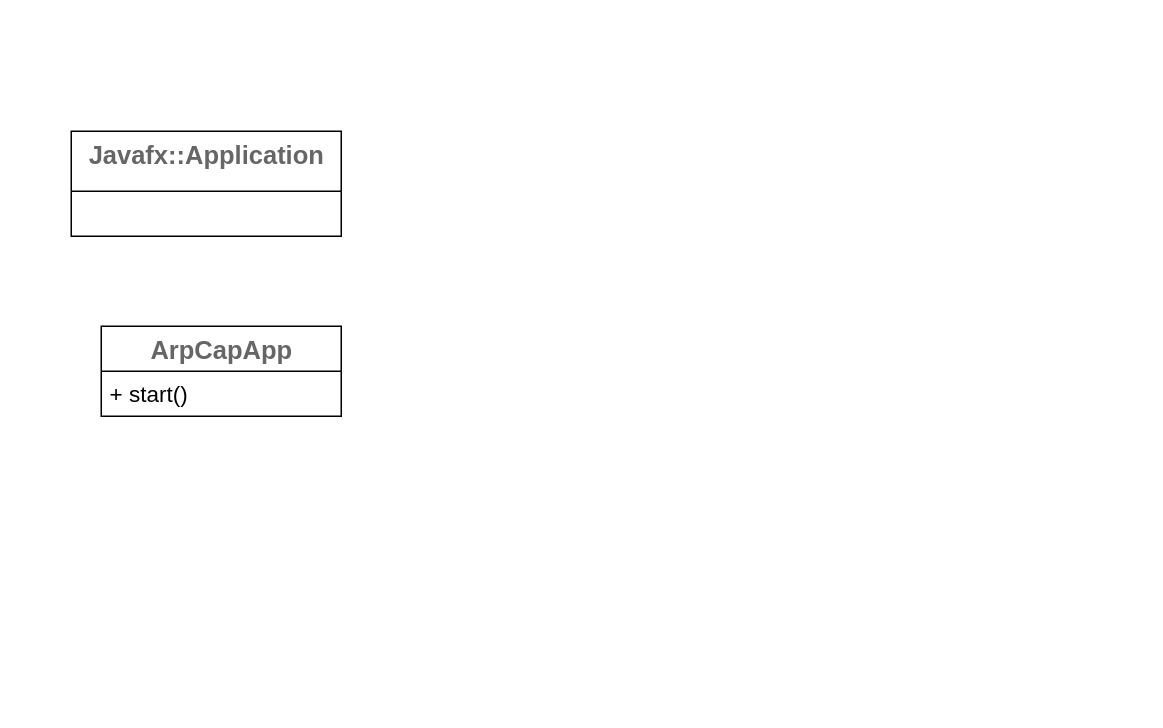
This is CS/ComputerNetwork/ArpCapture.drawio from umiskky/Diagrams, a draw.io file, before an edit. Source tidied: cells renumbered, new cells numbered last; positions are measured from the earlier drawing's top-left corner, leaving out a move shared by most shapes. Both pictures are drawn from the tidied source at 150%, with x=0, y=0 at pixel (70, 130).
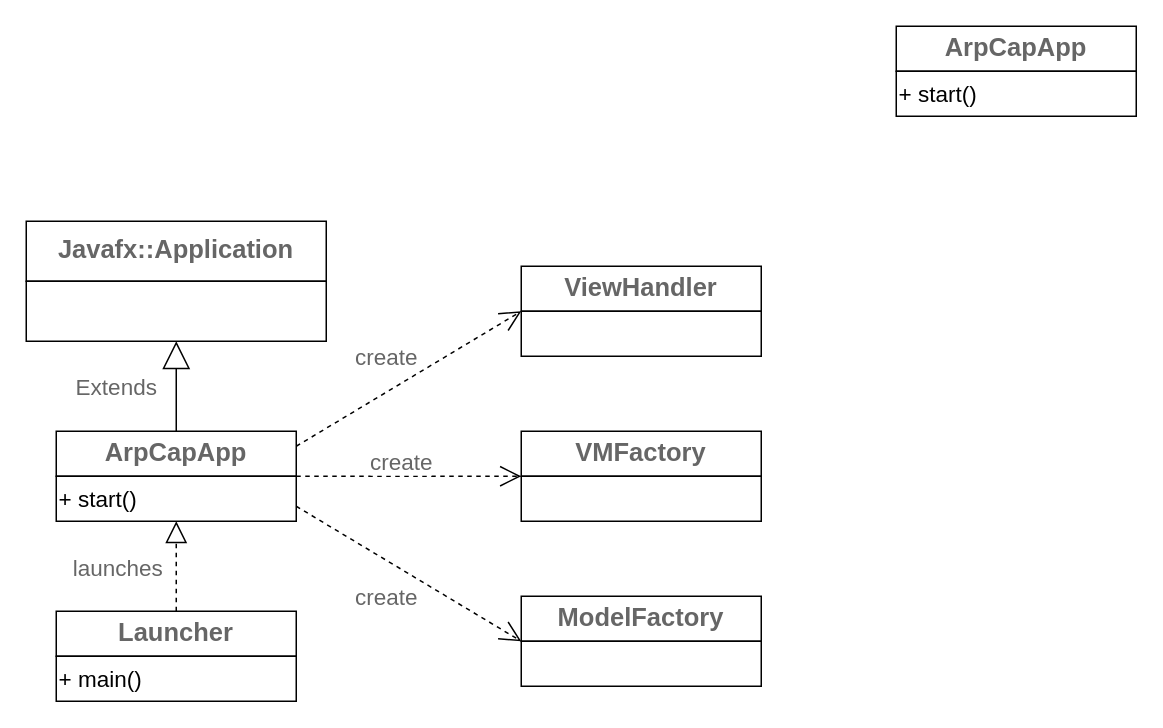
After the change.

Diff of the diagram source:
```diff
@@
+    <mxCell id="5" style="group;" parent="1" vertex="1">
+      <mxGeometry x="-30" y="60" width="200" height="80" as="geometry" />
+    </mxCell>
-    <mxCell id="2" value="Javafx::Application" style="swimlane;fontStyle=1;align=center;verticalAlign=top;horizontal=1;startSize=40;shadow=0;dashed=0;fontSize=17;fontColor=#666666;strokeColor=#000000;strokeWidth=1;fillColor=inherit;gradientColor=inherit;html=1;" parent="1" vertex="1">
-      <mxGeometry width="180" height="70" as="geometry" />
+    <mxCell id="2" value="&lt;span style=&quot;font-size: 17px ; font-weight: 700&quot;&gt;Javafx::Application&lt;/span&gt;" style="rounded=0;whiteSpace=wrap;html=1;shadow=0;dashed=0;fontSize=15;fontColor=#666666;strokeColor=#000000;strokeWidth=1;fillColor=inherit;gradientColor=inherit;" parent="5" vertex="1">
+      <mxGeometry width="200" height="40" as="geometry" />
     </mxCell>
-    <mxCell id="3" value="ArpCapApp" style="swimlane;fontStyle=1;align=center;verticalAlign=top;horizontal=1;startSize=30;shadow=0;dashed=0;fontSize=17;fontColor=#666666;strokeColor=#000000;strokeWidth=1;fillColor=inherit;gradientColor=inherit;html=1;" parent="1" vertex="1">
-      <mxGeometry x="20" y="130" width="160" height="60" as="geometry" />
-    </mxCell>
-    <mxCell id="4" value="+ start()" style="text;strokeColor=none;fillColor=none;align=left;verticalAlign=top;spacingLeft=4;spacingRight=4;overflow=hidden;fontSize=15;" parent="3" vertex="1">
-      <mxGeometry y="30" width="160" height="30" as="geometry" />
-    </mxCell>
+    <mxCell id="6" style="rounded=0;whiteSpace=wrap;html=1;shadow=0;dashed=0;fontSize=15;fontColor=#666666;strokeColor=#000000;strokeWidth=1;fillColor=inherit;gradientColor=inherit;" parent="5" vertex="1">
+      <mxGeometry y="40" width="200" height="40" as="geometry" />
+    </mxCell>
+    <mxCell id="7" style="group;" parent="1" vertex="1">
+      <mxGeometry x="-10" y="200" width="160" height="60" as="geometry" />
+    </mxCell>
+    <mxCell id="8" value="&lt;span style=&quot;font-size: 17px ; font-weight: 700&quot;&gt;ArpCapApp&lt;/span&gt;" style="rounded=0;whiteSpace=wrap;html=1;shadow=0;dashed=0;fontSize=15;fontColor=#666666;strokeColor=#000000;strokeWidth=1;fillColor=inherit;gradientColor=inherit;" parent="7" vertex="1">
+      <mxGeometry width="160" height="30" as="geometry" />
+    </mxCell>
+    <mxCell id="9" value="&lt;span style=&quot;color: rgb(0 , 0 , 0)&quot;&gt;+ start()&lt;/span&gt;" style="rounded=0;whiteSpace=wrap;html=1;shadow=0;dashed=0;fontSize=15;fontColor=#666666;strokeColor=#000000;strokeWidth=1;fillColor=inherit;gradientColor=inherit;align=left;" parent="7" vertex="1">
+      <mxGeometry y="30" width="160" height="30" as="geometry" />
+    </mxCell>
+    <mxCell id="10" value="Extends" style="endArrow=block;endSize=16;endFill=0;html=1;fontSize=15;fontColor=#666666;entryX=0.5;entryY=1;entryDx=0;entryDy=0;" parent="7" edge="1" target="6">
+      <mxGeometry y="40" relative="1" as="geometry">
+        <mxPoint x="80" as="sourcePoint" />
+      </mxGeometry>
+    </mxCell>
+    <mxCell id="11" style="group;" parent="1" vertex="1">
+      <mxGeometry x="-10" y="320" width="160" height="60" as="geometry" />
+    </mxCell>
+    <mxCell id="12" value="&lt;span style=&quot;font-size: 17px ; font-weight: 700&quot;&gt;Launcher&lt;/span&gt;" style="rounded=0;whiteSpace=wrap;html=1;shadow=0;dashed=0;fontSize=15;fontColor=#666666;strokeColor=#000000;strokeWidth=1;fillColor=inherit;gradientColor=inherit;" parent="11" vertex="1">
+      <mxGeometry width="160" height="30" as="geometry" />
+    </mxCell>
+    <mxCell id="13" value="&lt;span style=&quot;color: rgb(0 , 0 , 0)&quot;&gt;+ main()&lt;/span&gt;" style="rounded=0;whiteSpace=wrap;html=1;shadow=0;dashed=0;fontSize=15;fontColor=#666666;strokeColor=#000000;strokeWidth=1;fillColor=inherit;gradientColor=inherit;align=left;" parent="11" vertex="1">
+      <mxGeometry y="30" width="160" height="30" as="geometry" />
+    </mxCell>
+    <mxCell id="14" style="endArrow=block;dashed=1;endFill=0;endSize=12;html=1;fontSize=15;fontColor=#666666;entryX=0.5;entryY=1;entryDx=0;entryDy=0;" parent="11" edge="1" target="9">
+      <mxGeometry relative="1" as="geometry">
+        <mxPoint x="80" as="sourcePoint" />
+      </mxGeometry>
+    </mxCell>
+    <mxCell id="15" value="launches" style="edgeLabel;html=1;align=center;verticalAlign=middle;fontSize=15;fontColor=#666666;" parent="14" vertex="1">
+      <mxGeometry x="-0.41" y="-2" relative="1" as="geometry">
+        <mxPoint x="-42" y="-12" as="offset" />
+      </mxGeometry>
+    </mxCell>
+    <mxCell id="16" style="group;" parent="1" vertex="1">
+      <mxGeometry x="300" y="90" width="160" height="60" as="geometry" />
+    </mxCell>
+    <mxCell id="17" value="&lt;span style=&quot;font-size: 17px ; font-weight: 700&quot;&gt;ViewHandler&lt;/span&gt;" style="rounded=0;whiteSpace=wrap;html=1;shadow=0;dashed=0;fontSize=15;fontColor=#666666;strokeColor=#000000;strokeWidth=1;fillColor=inherit;gradientColor=inherit;" parent="16" vertex="1">
+      <mxGeometry width="160" height="30" as="geometry" />
+    </mxCell>
+    <mxCell id="18" style="rounded=0;whiteSpace=wrap;html=1;shadow=0;dashed=0;fontSize=15;fontColor=#666666;strokeColor=#000000;strokeWidth=1;fillColor=inherit;gradientColor=inherit;align=left;" parent="16" vertex="1">
+      <mxGeometry y="30" width="160" height="30" as="geometry" />
+    </mxCell>
+    <mxCell id="19" style="group;" parent="1" vertex="1">
+      <mxGeometry x="550" y="-70" width="160" height="60" as="geometry" />
+    </mxCell>
+    <mxCell id="20" value="&lt;span style=&quot;font-size: 17px ; font-weight: 700&quot;&gt;ArpCapApp&lt;/span&gt;" style="rounded=0;whiteSpace=wrap;html=1;shadow=0;dashed=0;fontSize=15;fontColor=#666666;strokeColor=#000000;strokeWidth=1;fillColor=inherit;gradientColor=inherit;" parent="19" vertex="1">
+      <mxGeometry width="160" height="30" as="geometry" />
+    </mxCell>
+    <mxCell id="21" value="&lt;span style=&quot;color: rgb(0 , 0 , 0)&quot;&gt;+ start()&lt;/span&gt;" style="rounded=0;whiteSpace=wrap;html=1;shadow=0;dashed=0;fontSize=15;fontColor=#666666;strokeColor=#000000;strokeWidth=1;fillColor=inherit;gradientColor=inherit;align=left;" parent="19" vertex="1">
+      <mxGeometry y="30" width="160" height="30" as="geometry" />
+    </mxCell>
+    <mxCell id="22" style="group;" parent="1" vertex="1">
+      <mxGeometry x="300" y="200" width="160" height="60" as="geometry" />
+    </mxCell>
+    <mxCell id="23" value="&lt;span style=&quot;font-size: 17px ; font-weight: 700&quot;&gt;VMFactory&lt;/span&gt;" style="rounded=0;whiteSpace=wrap;html=1;shadow=0;dashed=0;fontSize=15;fontColor=#666666;strokeColor=#000000;strokeWidth=1;fillColor=inherit;gradientColor=inherit;" parent="22" vertex="1">
+      <mxGeometry width="160" height="30" as="geometry" />
+    </mxCell>
+    <mxCell id="24" style="rounded=0;whiteSpace=wrap;html=1;shadow=0;dashed=0;fontSize=15;fontColor=#666666;strokeColor=#000000;strokeWidth=1;fillColor=inherit;gradientColor=inherit;align=left;" parent="22" vertex="1">
+      <mxGeometry y="30" width="160" height="30" as="geometry" />
+    </mxCell>
+    <mxCell id="25" style="group;" parent="1" vertex="1">
+      <mxGeometry x="300" y="310" width="160" height="60" as="geometry" />
+    </mxCell>
+    <mxCell id="26" value="&lt;span style=&quot;font-size: 17px ; font-weight: 700&quot;&gt;ModelFactory&lt;/span&gt;" style="rounded=0;whiteSpace=wrap;html=1;shadow=0;dashed=0;fontSize=15;fontColor=#666666;strokeColor=#000000;strokeWidth=1;fillColor=inherit;gradientColor=inherit;" parent="25" vertex="1">
+      <mxGeometry width="160" height="30" as="geometry" />
+    </mxCell>
+    <mxCell id="27" style="rounded=0;whiteSpace=wrap;html=1;shadow=0;dashed=0;fontSize=15;fontColor=#666666;strokeColor=#000000;strokeWidth=1;fillColor=inherit;gradientColor=inherit;align=left;" parent="25" vertex="1">
+      <mxGeometry y="30" width="160" height="30" as="geometry" />
+    </mxCell>
+    <mxCell id="28" value="create" style="endArrow=open;endSize=12;dashed=1;html=1;fontSize=15;fontColor=#666666;entryX=0;entryY=0;entryDx=0;entryDy=0;" parent="1" edge="1" target="18">
+      <mxGeometry x="-0.06" y="21" relative="1" as="geometry">
+        <mxPoint x="150" y="210" as="sourcePoint" />
+      </mxGeometry>
+    </mxCell>
+    <mxCell id="29" value="create" style="endArrow=open;endSize=12;dashed=1;html=1;fontSize=15;fontColor=#666666;" parent="1" edge="1">
+      <mxGeometry x="-0.07" y="10" relative="1" as="geometry">
+        <mxPoint x="150" y="230" as="sourcePoint" />
+        <mxPoint x="300" y="230" as="targetPoint" />
+      </mxGeometry>
+    </mxCell>
+    <mxCell id="30" value="create" style="endArrow=open;endSize=12;dashed=1;html=1;fontSize=15;fontColor=#666666;entryX=0;entryY=1;entryDx=0;entryDy=0;" parent="1" edge="1" target="26">
+      <mxGeometry x="-0.06" y="-21" relative="1" as="geometry">
+        <mxPoint x="150" y="250" as="sourcePoint" />
+      </mxGeometry>
+    </mxCell>
```
